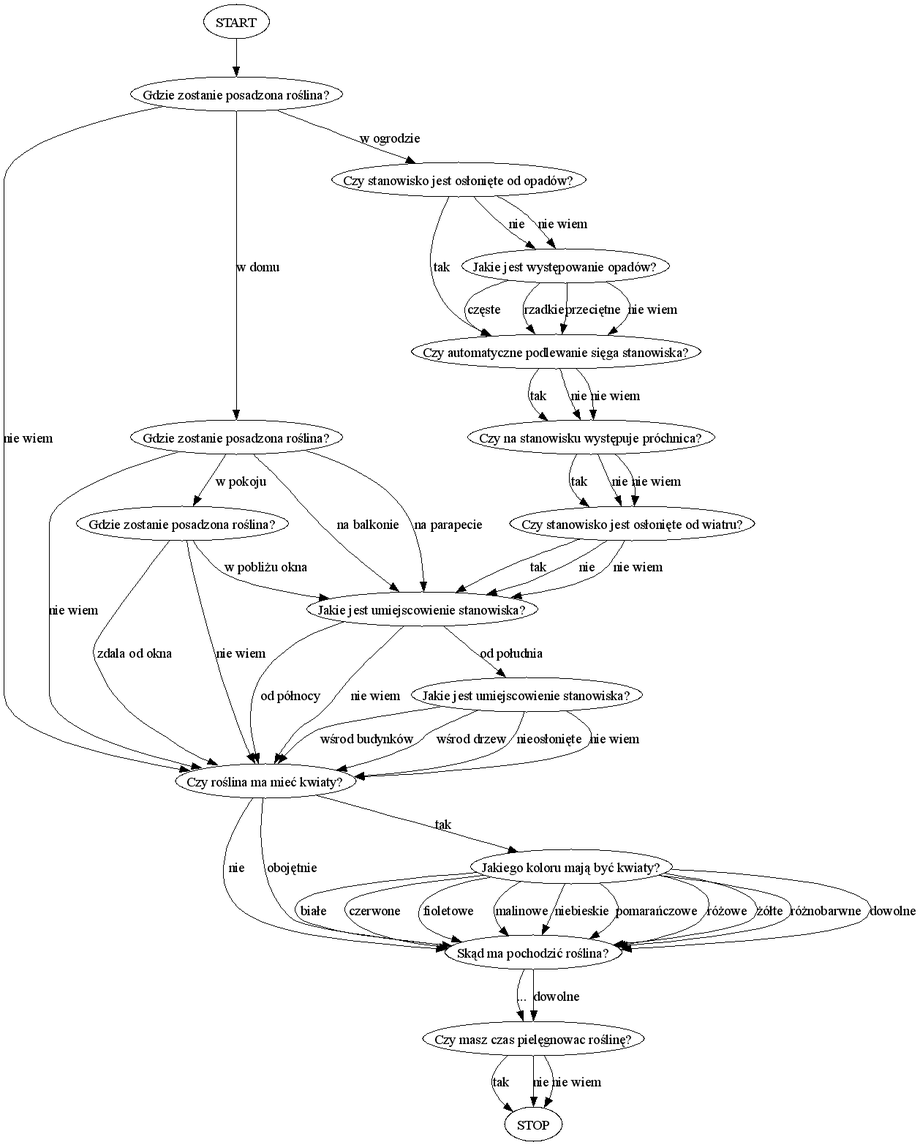
Earlier version of the Graphviz export si/gardener/res/gardener/questions.png (TripleEmcoder/Archive). Its source is kept beside it as si/gardener/res/gardener/questions.dot. Its diagram source:
```dot
digraph
{
	lokalizacja1    [ label = "Gdzie zostanie posadzona roślina?"             ];
	lokalizacja2    [ label = "Gdzie zostanie posadzona roślina?"             ];
	lokalizacja3    [ label = "Gdzie zostanie posadzona roślina?"             ];
	orientacja      [ label = "Jakie jest umiejscowienie stanowiska?"         ];
	osłonięcie1     [ label = "Jakie jest umiejscowienie stanowiska?"         ];
	osłonięcie2     [ label = "Czy stanowisko jest osłonięte od opadów?"      ];
	opady           [ label = "Jakie jest występowanie opadów?"               ];
	sikawki         [ label = "Czy automatyczne podlewanie sięga stanowiska?" ];
	próchnica       [ label = "Czy na stanowisku występuje próchnica?"        ];
	osłonięcie3     [ label = "Czy stanowisko jest osłonięte od wiatru?"      ];
	kwiaty1         [ label = "Czy roślina ma mieć kwiaty?"                   ];
	kwiaty2         [ label = "Jakiego koloru mają być kwiaty?"               ];
	pochodzenie     [ label = "Skąd ma pochodzić roślina?"                    ];
	pielęgnacja     [ label = "Czy masz czas pielęgnowac roślinę?"            ];

	START           -> lokalizacja1

	lokalizacja1    -> lokalizacja2    [ label = "w domu"         ];
	lokalizacja2    -> lokalizacja3    [ label = "w pokoju"       ];
	lokalizacja2    -> orientacja      [ label = "na balkonie"    ];
	lokalizacja2    -> orientacja      [ label = "na parapecie"   ];
	lokalizacja2    -> kwiaty1         [ label = "nie wiem"       ];
	orientacja      -> kwiaty1         [ label = "od północy"     ];
	orientacja      -> osłonięcie1     [ label = "od południa"    ];
	orientacja      -> kwiaty1         [ label = "nie wiem"       ];
	lokalizacja3    -> orientacja      [ label = "w pobliżu okna" ];
	lokalizacja3    -> kwiaty1         [ label = "zdala od okna"  ];
	lokalizacja3    -> kwiaty1         [ label = "nie wiem"       ];
	osłonięcie1     -> kwiaty1         [ label = "wśrod budynków" ];
	osłonięcie1     -> kwiaty1         [ label = "wśrod drzew"    ];
	osłonięcie1     -> kwiaty1         [ label = "nieosłonięte"   ];
	osłonięcie1     -> kwiaty1         [ label = "nie wiem"       ];

	lokalizacja1    -> osłonięcie2     [ label = "w ogrodzie"     ];
	osłonięcie2     -> sikawki         [ label = "tak"            ];
	osłonięcie2     -> opady           [ label = "nie"            ];
	osłonięcie2     -> opady           [ label = "nie wiem"       ];
	opady           -> sikawki         [ label = "częste"         ];
	opady           -> sikawki         [ label = "rzadkie"         ];
	opady           -> sikawki         [ label = "przeciętne"    ];
	opady           -> sikawki         [ label = "nie wiem"       ];
	sikawki         -> próchnica       [ label = "tak"            ];
	sikawki         -> próchnica       [ label = "nie"            ];
	sikawki         -> próchnica       [ label = "nie wiem"       ];
	próchnica       -> osłonięcie3     [ label = "tak"            ];
	próchnica       -> osłonięcie3     [ label = "nie"            ];
	próchnica       -> osłonięcie3     [ label = "nie wiem"       ];
	osłonięcie3     -> orientacja      [ label = "tak"            ];
	osłonięcie3     -> orientacja      [ label = "nie"            ];
	osłonięcie3     -> orientacja      [ label = "nie wiem"       ];

	lokalizacja1    -> kwiaty1         [ label = "nie wiem"       ];
	kwiaty1         -> kwiaty2         [ label = "tak"            ];
	kwiaty1         -> pochodzenie     [ label = "nie"            ];
	kwiaty1         -> pochodzenie     [ label = "obojętnie"      ];
	kwiaty2         -> pochodzenie     [ label = "białe"          ];
	kwiaty2         -> pochodzenie     [ label = "czerwone"       ];
	kwiaty2         -> pochodzenie     [ label = "fioletowe"      ];
	kwiaty2         -> pochodzenie     [ label = "malinowe"       ];
	kwiaty2         -> pochodzenie     [ label = "niebieskie"     ];
	kwiaty2         -> pochodzenie     [ label = "pomarańczowe"   ];
	kwiaty2         -> pochodzenie     [ label = "różowe"         ];
	kwiaty2         -> pochodzenie     [ label = "żółte"          ];
	kwiaty2         -> pochodzenie     [ label = "różnobarwne"    ];
	kwiaty2         -> pochodzenie     [ label = "dowolne"        ];
	pochodzenie     -> pielęgnacja     [ label = "..."            ];
	pochodzenie     -> pielęgnacja     [ label = "dowolne"        ];
	pielęgnacja     -> STOP            [ label = "tak"            ];
	pielęgnacja     -> STOP            [ label = "nie"            ];
	pielęgnacja     -> STOP            [ label = "nie wiem"       ];
}
```
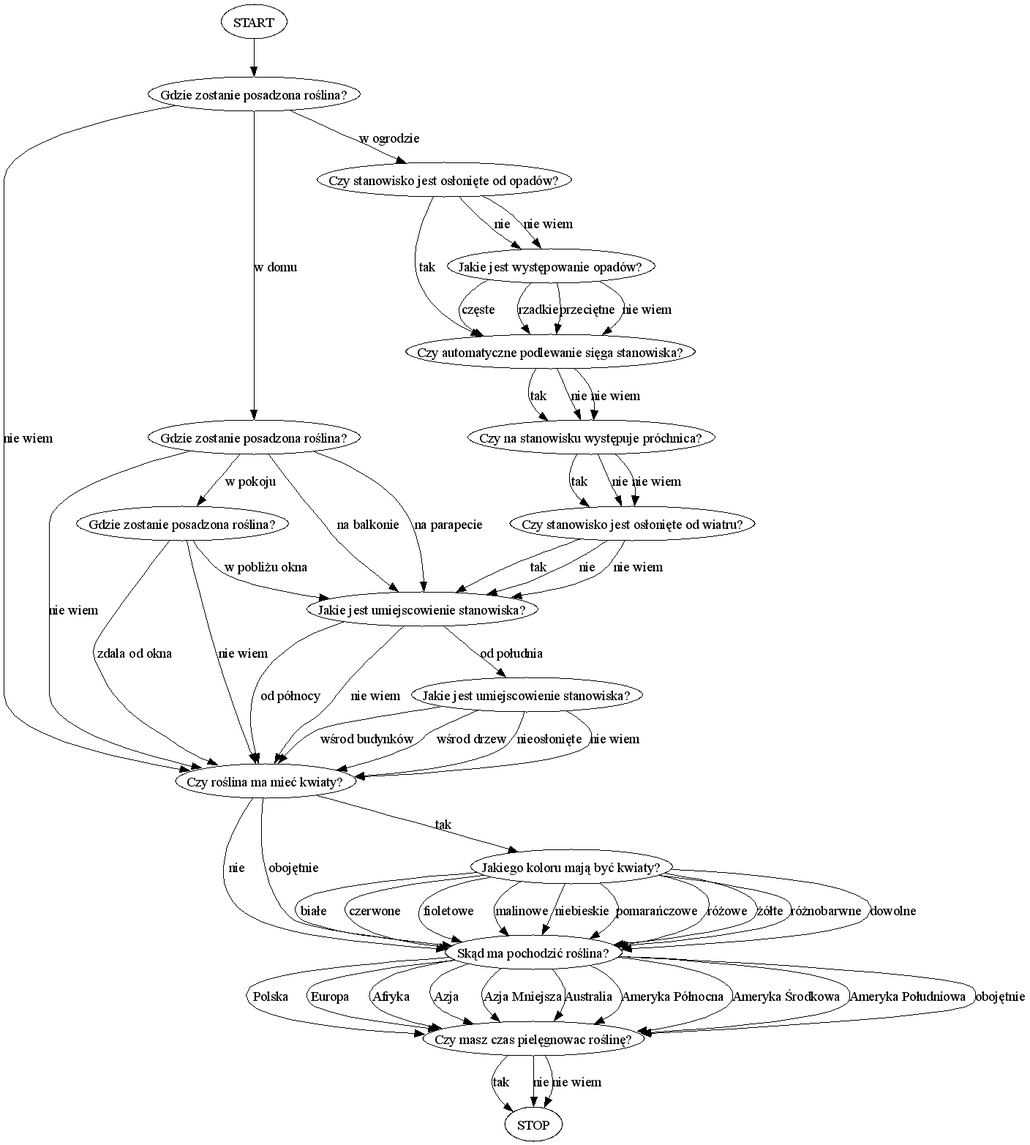
After the change.

The edit, as a diff of the source:
```diff
@@ -38,8 +38,8 @@
 	osłonięcie2     -> opady           [ label = "nie"            ];
 	osłonięcie2     -> opady           [ label = "nie wiem"       ];
 	opady           -> sikawki         [ label = "częste"         ];
-	opady           -> sikawki         [ label = "rzadkie"         ];
-	opady           -> sikawki         [ label = "przeciętne"    ];
+	opady           -> sikawki         [ label = "rzadkie"        ];
+	opady           -> sikawki         [ label = "przeciętne"     ];
 	opady           -> sikawki         [ label = "nie wiem"       ];
 	sikawki         -> próchnica       [ label = "tak"            ];
 	sikawki         -> próchnica       [ label = "nie"            ];
@@ -65,8 +65,16 @@
 	kwiaty2         -> pochodzenie     [ label = "żółte"          ];
 	kwiaty2         -> pochodzenie     [ label = "różnobarwne"    ];
 	kwiaty2         -> pochodzenie     [ label = "dowolne"        ];
-	pochodzenie     -> pielęgnacja     [ label = "..."            ];
-	pochodzenie     -> pielęgnacja     [ label = "dowolne"        ];
+	pochodzenie     -> pielęgnacja     [ label = "Polska"         ];
+	pochodzenie     -> pielęgnacja     [ label = "Europa"         ];
+	pochodzenie     -> pielęgnacja     [ label = "Afryka"         ];
+	pochodzenie     -> pielęgnacja     [ label = "Azja"           ];
+	pochodzenie     -> pielęgnacja     [ label = "Azja Mniejsza"  ];
+	pochodzenie     -> pielęgnacja     [ label = "Australia"      ];
+	pochodzenie     -> pielęgnacja     [ label = "Ameryka Północna"   ];
+	pochodzenie     -> pielęgnacja     [ label = "Ameryka Środkowa"   ];
+	pochodzenie     -> pielęgnacja     [ label = "Ameryka Południowa" ];
+	pochodzenie     -> pielęgnacja     [ label = "obojętnie"      ];
 	pielęgnacja     -> STOP            [ label = "tak"            ];
 	pielęgnacja     -> STOP            [ label = "nie"            ];
 	pielęgnacja     -> STOP            [ label = "nie wiem"       ];
```
